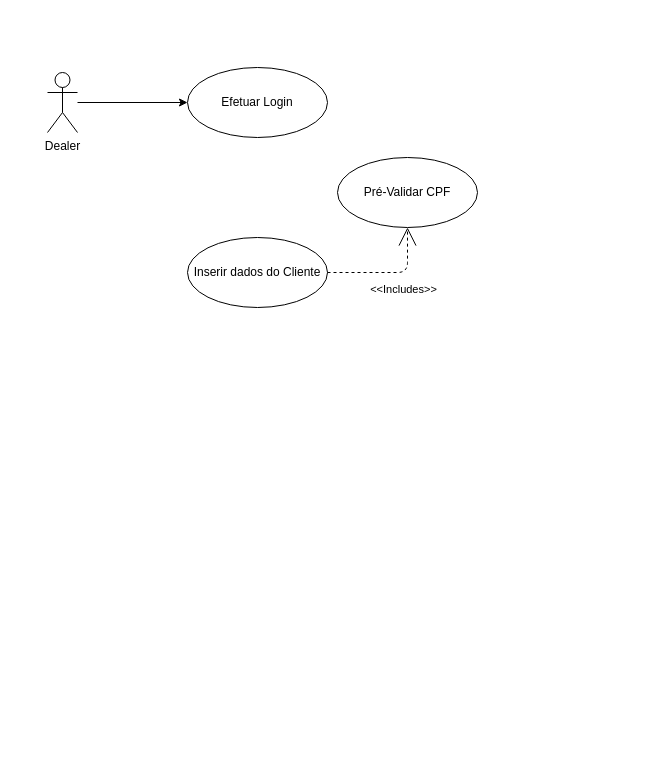
The draw.io diagram CredilineJLR_activity.drawio in Neandertals/personal, before the edit. Source tidied: cells renumbered, new cells numbered last; positions are measured from the earlier drawing's top-left corner, leaving out a move shared by most shapes. Both pictures are drawn from the tidied source at 100%, with x=0, y=0 at pixel (47, 67).
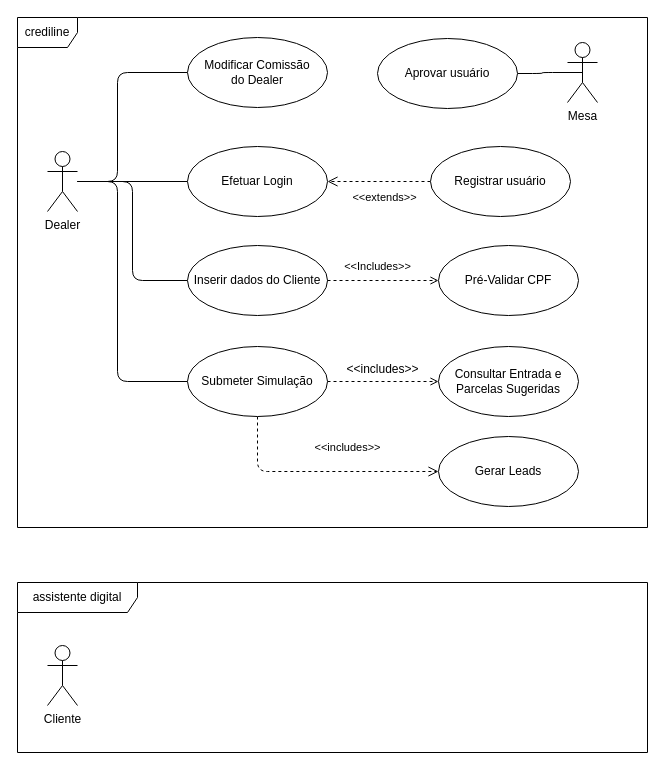
The same page after the edit.

Diff of the diagram source:
```diff
@@
+    <mxCell id="8" value="crediline" style="shape=umlFrame;whiteSpace=wrap;html=1;" parent="1" vertex="1">
+      <mxGeometry x="-30" y="-50" width="630" height="510" as="geometry" />
+    </mxCell>
+    <mxCell id="9" value="assistente digital" style="shape=umlFrame;whiteSpace=wrap;html=1;width=120;height=30;" parent="1" vertex="1">
+      <mxGeometry x="-30" y="515" width="630" height="170" as="geometry" />
+    </mxCell>
-    <mxCell id="2" style="edgeStyle=orthogonalEdgeStyle;rounded=0;jettySize=auto;html=1;entryX=0;entryY=0.5;entryDx=0;entryDy=0;" parent="1" edge="1" source="3" target="4">
+    <mxCell id="2" style="edgeStyle=orthogonalEdgeStyle;rounded=0;jettySize=auto;html=1;entryX=0;entryY=0.5;entryDx=0;entryDy=0;endArrow=none;endFill=0;" parent="1" edge="1" source="3" target="4">
       <mxGeometry relative="1" as="geometry" />
     </mxCell>
+    <mxCell id="10" style="edgeStyle=orthogonalEdgeStyle;rounded=1;jettySize=auto;html=1;entryX=0;entryY=0.5;entryDx=0;entryDy=0;endArrow=none;endFill=0;" parent="1" edge="1" source="3" target="5">
+      <mxGeometry relative="1" as="geometry" />
+    </mxCell>
+    <mxCell id="11" style="edgeStyle=orthogonalEdgeStyle;rounded=1;jettySize=auto;html=1;entryX=0;entryY=0.5;entryDx=0;entryDy=0;endArrow=none;endFill=0;strokeWidth=1;" parent="1" edge="1" source="3" target="16">
+      <mxGeometry relative="1" as="geometry">
+        <Array as="points">
+          <mxPoint x="70" y="114" />
+          <mxPoint x="70" y="314" />
+        </Array>
+      </mxGeometry>
+    </mxCell>
+    <mxCell id="12" style="edgeStyle=orthogonalEdgeStyle;rounded=1;jettySize=auto;html=1;entryX=0;entryY=0.5;entryDx=0;entryDy=0;endArrow=none;endFill=0;endSize=6;strokeWidth=1;" parent="1" edge="1" source="3" target="18">
+      <mxGeometry relative="1" as="geometry">
+        <Array as="points">
+          <mxPoint x="70" y="114" />
+          <mxPoint x="70" y="5" />
+        </Array>
+      </mxGeometry>
+    </mxCell>
     <mxCell id="3" value="Dealer" style="shape=umlActor;verticalLabelPosition=bottom;verticalAlign=top;html=1;" parent="1" vertex="1">
-      <mxGeometry y="5" width="30" height="60" as="geometry" />
+      <mxGeometry y="84" width="30" height="60" as="geometry" />
     </mxCell>
     <mxCell id="4" value="Efetuar Login" style="ellipse;whiteSpace=wrap;html=1;" parent="1" vertex="1">
-      <mxGeometry x="140" width="140" height="70" as="geometry" />
+      <mxGeometry x="140" y="79" width="140" height="70" as="geometry" />
     </mxCell>
     <mxCell id="5" value="Inserir dados do Cliente" style="ellipse;whiteSpace=wrap;html=1;" parent="1" vertex="1">
-      <mxGeometry x="140" y="170" width="140" height="70" as="geometry" />
+      <mxGeometry x="140" y="178" width="140" height="70" as="geometry" />
     </mxCell>
     <mxCell id="6" value="Pré-Validar CPF" style="ellipse;whiteSpace=wrap;html=1;" parent="1" vertex="1">
-      <mxGeometry x="290" y="90" width="140" height="70" as="geometry" />
+      <mxGeometry x="391" y="178" width="140" height="70" as="geometry" />
     </mxCell>
-    <mxCell id="7" value="&amp;lt;&amp;lt;Includes&amp;gt;&amp;gt;" style="endArrow=open;endSize=16;endFill=0;html=1;entryX=0.5;entryY=1;entryDx=0;entryDy=0;edgeStyle=orthogonalEdgeStyle;dashed=1;" parent="1" edge="1" source="5" target="6">
-      <mxGeometry x="0.22" y="-17" relative="1" as="geometry" />
+    <mxCell id="7" value="&amp;lt;&amp;lt;Includes&amp;gt;&amp;gt;" style="endArrow=open;endSize=6;endFill=0;html=1;entryX=0;entryY=0.5;entryDx=0;entryDy=0;edgeStyle=orthogonalEdgeStyle;dashed=1;" parent="1" edge="1" source="5" target="6">
+      <mxGeometry x="-0.1" y="14" relative="1" as="geometry" />
     </mxCell>
+    <mxCell id="13" value="Consultar Entrada e Parcelas Sugeridas" style="ellipse;whiteSpace=wrap;html=1;" parent="1" vertex="1">
+      <mxGeometry x="391" y="279" width="140" height="70" as="geometry" />
+    </mxCell>
+    <mxCell id="14" style="edgeStyle=orthogonalEdgeStyle;rounded=1;jettySize=auto;html=1;entryX=0;entryY=0.5;entryDx=0;entryDy=0;endArrow=open;endFill=0;dashed=1;" parent="1" edge="1" source="16" target="13">
+      <mxGeometry relative="1" as="geometry" />
+    </mxCell>
+    <mxCell id="15" value="&amp;lt;&amp;lt;includes&amp;gt;&amp;gt;" style="edgeStyle=orthogonalEdgeStyle;rounded=1;jettySize=auto;html=1;entryX=0;entryY=0.5;entryDx=0;entryDy=0;endArrow=open;endFill=0;startSize=7;endSize=8;sourcePerimeterSpacing=0;targetPerimeterSpacing=0;strokeWidth=1;exitX=0.5;exitY=1;exitDx=0;exitDy=0;dashed=1;" parent="1" edge="1" source="16" target="25">
+      <mxGeometry x="0.23" y="24" relative="1" as="geometry" />
+    </mxCell>
+    <mxCell id="16" value="Submeter Simulação" style="ellipse;whiteSpace=wrap;html=1;" parent="1" vertex="1">
+      <mxGeometry x="140" y="279" width="140" height="70" as="geometry" />
+    </mxCell>
+    <mxCell id="17" value="&amp;lt;&amp;lt;includes&amp;gt;&amp;gt;" style="text;html=1;align=center;verticalAlign=middle;strokeColor=none;fillColor=none;" parent="1" vertex="1">
+      <mxGeometry x="290" y="292" width="90" height="20" as="geometry" />
+    </mxCell>
+    <mxCell id="18" value="Modificar Comissão &lt;br&gt;do Dealer" style="ellipse;whiteSpace=wrap;html=1;" parent="1" vertex="1">
+      <mxGeometry x="140" y="-30" width="140" height="70" as="geometry" />
+    </mxCell>
+    <mxCell id="19" value="Cliente" style="shape=umlActor;verticalLabelPosition=bottom;verticalAlign=top;html=1;" parent="1" vertex="1">
+      <mxGeometry y="578" width="30" height="60" as="geometry" />
+    </mxCell>
+    <mxCell id="20" value="&amp;lt;&amp;lt;extends&amp;gt;&amp;gt;" style="edgeStyle=orthogonalEdgeStyle;rounded=1;jettySize=auto;html=1;entryX=1;entryY=0.5;entryDx=0;entryDy=0;endArrow=open;endFill=0;endSize=8;targetPerimeterSpacing=0;strokeWidth=1;dashed=1;startSize=7;sourcePerimeterSpacing=0;" parent="1" edge="1" source="21" target="4">
+      <mxGeometry x="-0.11" y="16" relative="1" as="geometry" />
+    </mxCell>
+    <mxCell id="21" value="Registrar usuário" style="ellipse;whiteSpace=wrap;html=1;" parent="1" vertex="1">
+      <mxGeometry x="383" y="79" width="140" height="70" as="geometry" />
+    </mxCell>
+    <mxCell id="22" value="Mesa" style="shape=umlActor;verticalLabelPosition=bottom;verticalAlign=top;html=1;" parent="1" vertex="1">
+      <mxGeometry x="520" y="-25" width="30" height="60" as="geometry" />
+    </mxCell>
+    <mxCell id="23" style="edgeStyle=orthogonalEdgeStyle;rounded=1;jettySize=auto;html=1;entryX=0.5;entryY=0.5;entryDx=0;entryDy=0;entryPerimeter=0;endArrow=none;endFill=0;startSize=7;endSize=8;sourcePerimeterSpacing=0;targetPerimeterSpacing=0;strokeWidth=1;" parent="1" edge="1" source="24" target="22">
+      <mxGeometry relative="1" as="geometry" />
+    </mxCell>
+    <mxCell id="24" value="Aprovar usuário" style="ellipse;whiteSpace=wrap;html=1;" parent="1" vertex="1">
+      <mxGeometry x="330" y="-29" width="140" height="70" as="geometry" />
+    </mxCell>
+    <mxCell id="25" value="Gerar Leads" style="ellipse;whiteSpace=wrap;html=1;" parent="1" vertex="1">
+      <mxGeometry x="391" y="369" width="140" height="70" as="geometry" />
+    </mxCell>
```
